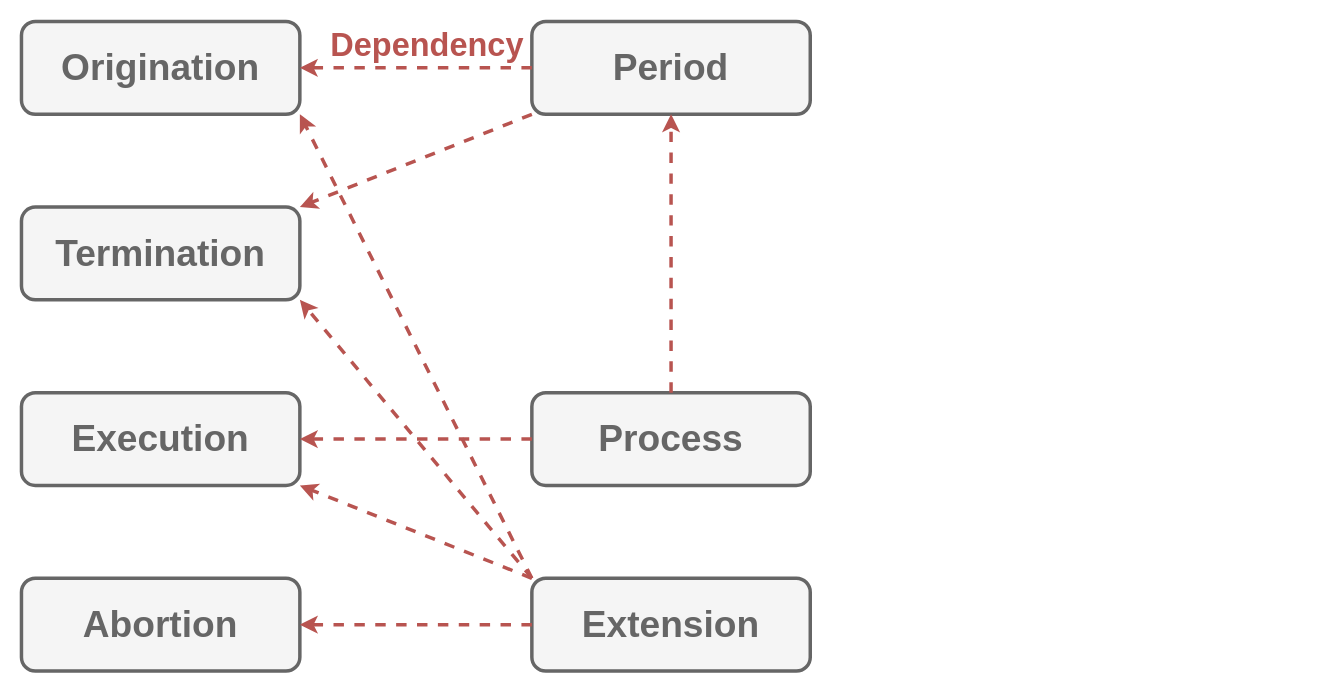
The draw.io diagram Documentation/Resources/Progression.drawio in do-i-know-it/YggdrAshill.Ragnarok, before the edit. Source tidied: cells renumbered, new cells numbered last; positions are measured from the earlier drawing's top-left corner, leaving out a move shared by most shapes. Both pictures are drawn from the tidied source at 116%, with x=0, y=0 at pixel (21, 21).
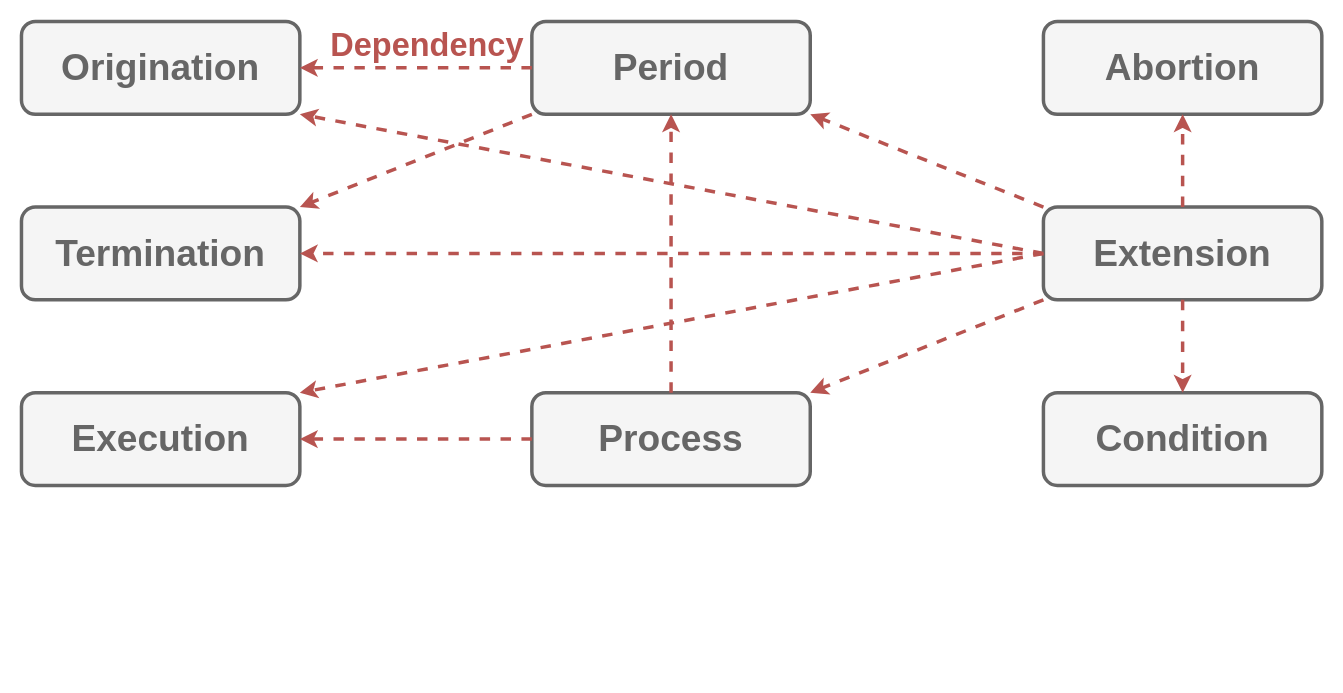
The same diagram, later.

Unchanged cells that the change refers to:
```xml
<mxCell id="4" value="&lt;font style=&quot;font-size: 32px&quot; color=&quot;#666666&quot;&gt;&lt;b&gt;Termination&lt;br&gt;&lt;/b&gt;&lt;/font&gt;" style="rounded=1;whiteSpace=wrap;html=1;fillColor=#f5f5f5;strokeColor=#666666;strokeWidth=3;fontColor=#333333;" parent="1" vertex="1">
  <mxGeometry y="160" width="240" height="80" as="geometry" />
</mxCell>
<mxCell id="5" value="&lt;font style=&quot;font-size: 32px&quot; color=&quot;#666666&quot;&gt;&lt;b&gt;Execution&lt;/b&gt;&lt;/font&gt;" style="rounded=1;whiteSpace=wrap;html=1;fillColor=#f5f5f5;strokeColor=#666666;strokeWidth=3;fontColor=#333333;" parent="1" vertex="1">
  <mxGeometry y="320" width="240" height="80" as="geometry" />
</mxCell>
<mxCell id="6" value="&lt;font style=&quot;font-size: 32px&quot; color=&quot;#666666&quot;&gt;&lt;b&gt;Origination&lt;/b&gt;&lt;/font&gt;" style="rounded=1;whiteSpace=wrap;html=1;fillColor=#f5f5f5;strokeColor=#666666;strokeWidth=3;fontColor=#333333;" parent="1" vertex="1">
  <mxGeometry width="240" height="80" as="geometry" />
</mxCell>
<mxCell id="7" value="&lt;font color=&quot;#666666&quot;&gt;&lt;span style=&quot;font-size: 32px&quot;&gt;&lt;b&gt;Process&lt;/b&gt;&lt;/span&gt;&lt;br&gt;&lt;/font&gt;" style="rounded=1;whiteSpace=wrap;html=1;fillColor=#f5f5f5;strokeColor=#666666;strokeWidth=3;fontColor=#333333;" parent="1" vertex="1">
  <mxGeometry x="440" y="320" width="240" height="80" as="geometry" />
</mxCell>
<mxCell id="10" value="&lt;font style=&quot;font-size: 32px&quot; color=&quot;#666666&quot;&gt;&lt;b&gt;Period&lt;/b&gt;&lt;/font&gt;" style="rounded=1;whiteSpace=wrap;html=1;fillColor=#f5f5f5;strokeColor=#666666;strokeWidth=3;fontColor=#333333;" parent="1" vertex="1">
  <mxGeometry x="440" width="240" height="80" as="geometry" />
</mxCell>
```

Change to the diagram source:
```diff
@@
-    <mxCell id="3" style="endArrow=classic;html=1;fillColor=#f8cecc;strokeColor=#b85450;strokeWidth=3;dashed=1;entryX=1;entryY=1;entryDx=0;entryDy=0;exitX=0;exitY=0;exitDx=0;exitDy=0;" parent="1" edge="1" source="9" target="6">
+    <mxCell id="3" style="endArrow=classic;html=1;fillColor=#f8cecc;strokeColor=#b85450;strokeWidth=3;dashed=1;entryX=1;entryY=1;entryDx=0;entryDy=0;exitX=0;exitY=0.5;exitDx=0;exitDy=0;" parent="1" edge="1" source="9" target="6">
       <mxGeometry relative="1" as="geometry" />
     </mxCell>
@@
     <mxCell id="8" value="&lt;font style=&quot;font-size: 32px&quot; color=&quot;#666666&quot;&gt;&lt;b&gt;Abortion&lt;/b&gt;&lt;/font&gt;" style="rounded=1;whiteSpace=wrap;html=1;fillColor=#f5f5f5;strokeColor=#666666;strokeWidth=3;fontColor=#333333;" parent="1" vertex="1">
-      <mxGeometry y="480" width="240" height="80" as="geometry" />
+      <mxGeometry x="881" width="240" height="80" as="geometry" />
     </mxCell>
     <mxCell id="9" value="&lt;font style=&quot;font-size: 32px&quot; color=&quot;#666666&quot;&gt;&lt;b&gt;Extension&lt;/b&gt;&lt;/font&gt;" style="rounded=1;whiteSpace=wrap;html=1;fillColor=#f5f5f5;strokeColor=#666666;strokeWidth=3;fontColor=#333333;" parent="1" vertex="1">
-      <mxGeometry x="440" y="480" width="240" height="80" as="geometry" />
+      <mxGeometry x="881" y="160" width="240" height="80" as="geometry" />
     </mxCell>
@@
-    <mxCell id="11" style="endArrow=classic;html=1;fillColor=#f8cecc;strokeColor=#b85450;strokeWidth=3;dashed=1;entryX=1;entryY=1;entryDx=0;entryDy=0;exitX=0;exitY=0;exitDx=0;exitDy=0;" parent="1" edge="1" source="9" target="4">
+    <mxCell id="11" style="endArrow=classic;html=1;fillColor=#f8cecc;strokeColor=#b85450;strokeWidth=3;dashed=1;entryX=1;entryY=0.5;entryDx=0;entryDy=0;exitX=0;exitY=0.5;exitDx=0;exitDy=0;" parent="1" edge="1" source="9" target="4">
       <mxGeometry relative="1" as="geometry" />
     </mxCell>
-    <mxCell id="12" style="endArrow=classic;html=1;fillColor=#f8cecc;strokeColor=#b85450;strokeWidth=3;dashed=1;entryX=1;entryY=1;entryDx=0;entryDy=0;exitX=0;exitY=0;exitDx=0;exitDy=0;" parent="1" edge="1" source="9" target="5">
+    <mxCell id="12" style="endArrow=classic;html=1;fillColor=#f8cecc;strokeColor=#b85450;strokeWidth=3;dashed=1;exitX=0;exitY=0.5;exitDx=0;exitDy=0;entryX=1;entryY=0;entryDx=0;entryDy=0;" parent="1" edge="1" source="9" target="5">
       <mxGeometry relative="1" as="geometry" />
     </mxCell>
-    <mxCell id="13" style="endArrow=classic;html=1;fillColor=#f8cecc;strokeColor=#b85450;strokeWidth=3;dashed=1;exitX=0;exitY=0.5;exitDx=0;exitDy=0;entryX=1;entryY=0.5;entryDx=0;entryDy=0;" parent="1" edge="1" source="9" target="8">
+    <mxCell id="13" style="endArrow=classic;html=1;fillColor=#f8cecc;strokeColor=#b85450;strokeWidth=3;dashed=1;exitX=0.5;exitY=0;exitDx=0;exitDy=0;" parent="1" edge="1" source="9" target="8">
       <mxGeometry relative="1" as="geometry" />
     </mxCell>
@@
+    <mxCell id="18" value="&lt;font style=&quot;font-size: 32px&quot; color=&quot;#666666&quot;&gt;&lt;b&gt;Condition&lt;/b&gt;&lt;/font&gt;" style="rounded=1;whiteSpace=wrap;html=1;fillColor=#f5f5f5;strokeColor=#666666;strokeWidth=3;fontColor=#333333;" parent="1" vertex="1">
+      <mxGeometry x="881" y="320" width="240" height="80" as="geometry" />
+    </mxCell>
+    <mxCell id="19" style="endArrow=classic;html=1;fillColor=#f8cecc;strokeColor=#b85450;strokeWidth=3;dashed=1;exitX=0;exitY=1;exitDx=0;exitDy=0;entryX=1;entryY=0;entryDx=0;entryDy=0;" parent="1" edge="1" source="9" target="7">
+      <mxGeometry relative="1" as="geometry" />
+    </mxCell>
+    <mxCell id="20" style="endArrow=classic;html=1;fillColor=#f8cecc;strokeColor=#b85450;strokeWidth=3;dashed=1;exitX=0;exitY=0;exitDx=0;exitDy=0;entryX=1;entryY=1;entryDx=0;entryDy=0;" parent="1" edge="1" source="9" target="10">
+      <mxGeometry relative="1" as="geometry" />
+    </mxCell>
+    <mxCell id="21" style="endArrow=classic;html=1;fillColor=#f8cecc;strokeColor=#b85450;strokeWidth=3;dashed=1;exitX=0.5;exitY=1;exitDx=0;exitDy=0;" parent="1" edge="1" source="9" target="18">
+      <mxGeometry relative="1" as="geometry" />
+    </mxCell>
```
